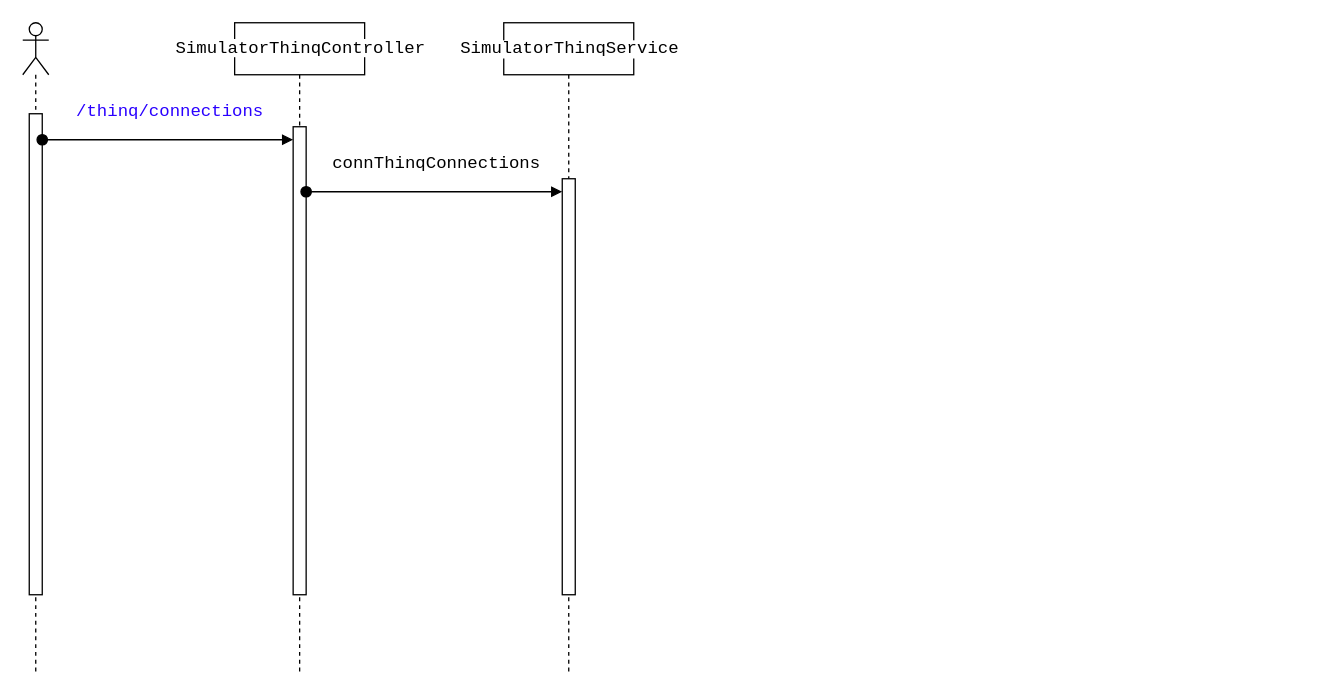
Before: 제목 없는 다이어그램.drawio in kangilc/codege, a draw.io diagram. Source tidied: cells renumbered, new cells numbered last; positions are measured from the earlier drawing's top-left corner, leaving out a move shared by most shapes. Both pictures are drawn from the tidied source at 130%, with x=0, y=0 at pixel (22, 22).
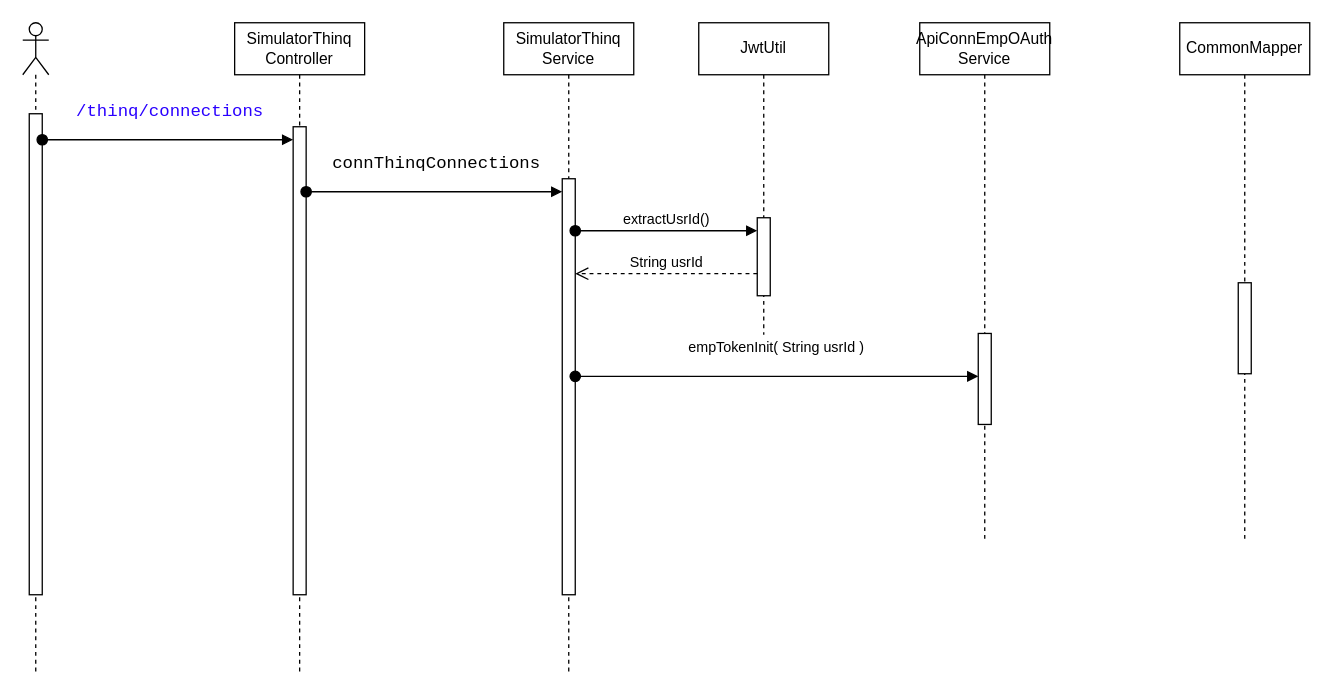
After the change.

Commit message:
제목 없는 다이어그램.drawio 업데이트

Unchanged cells that the change refers to:
```xml
<mxCell id="8" style="html=1;points=[[0,0,0,0,5],[0,1,0,0,-5],[1,0,0,0,5],[1,1,0,0,-5]];perimeter=orthogonalPerimeter;outlineConnect=0;targetShapes=umlLifeline;portConstraint=eastwest;newEdgeStyle={&quot;curved&quot;:0,&quot;rounded&quot;:0};" parent="7" vertex="1">
  <mxGeometry x="45" y="120" width="10" height="320" as="geometry" />
</mxCell>
```

The edit, as a diff of the source:
```diff
@@
-    <mxCell id="2" value="&lt;span style=&quot;background-color:#ffffff;padding:0px 0px 0px 2px;&quot;&gt;&lt;span style=&quot;font-family: Consolas; font-size: 10pt; white-space: pre;&quot;&gt;SimulatorThinqController&lt;/span&gt;&lt;/span&gt;" style="shape=umlLifeline;perimeter=lifelinePerimeter;whiteSpace=wrap;html=1;newEdgeStyle={&quot;curved&quot;:0,&quot;rounded&quot;:0};" parent="1" vertex="1">
+    <mxCell id="2" value="SimulatorThinq&#10;Controller" style="shape=umlLifeline;perimeter=lifelinePerimeter;whiteSpace=wrap;newEdgeStyle={&quot;curved&quot;:0,&quot;rounded&quot;:0};" parent="1" vertex="1">
       <mxGeometry x="163" width="100" height="500" as="geometry" />
     </mxCell>
@@
-    <mxCell id="7" value="&lt;pre&gt;&lt;span style=&quot;background-color:#ffffff;padding:0px 0px 0px 2px;&quot;&gt;&lt;span style=&quot;font-family: Consolas; font-size: 10pt; white-space: pre;&quot;&gt;SimulatorThinqService&lt;/span&gt;&lt;/span&gt;&lt;/pre&gt;" style="shape=umlLifeline;perimeter=lifelinePerimeter;whiteSpace=wrap;html=1;newEdgeStyle={&quot;curved&quot;:0,&quot;rounded&quot;:0};" parent="1" vertex="1">
+    <mxCell id="7" value="SimulatorThinq&#10;Service" style="shape=umlLifeline;perimeter=lifelinePerimeter;whiteSpace=wrap;newEdgeStyle={&quot;curved&quot;:0,&quot;rounded&quot;:0};" parent="1" vertex="1">
       <mxGeometry x="370" width="100" height="500" as="geometry" />
     </mxCell>
@@
-    <mxCell id="9" value="&lt;pre&gt;&lt;span style=&quot;padding: 0px 0px 0px 2px;&quot;&gt;&lt;span style=&quot;font-family: Consolas; font-size: 10pt; white-space-collapse: preserve;&quot;&gt;connThinqConnections&lt;/span&gt;&lt;/span&gt;&lt;/pre&gt;" style="html=1;verticalAlign=bottom;startArrow=oval;startFill=1;endArrow=block;startSize=8;curved=0;rounded=0;" parent="1" edge="1">
+    <mxCell id="9" value="&lt;pre&gt;&lt;span style=&quot;padding: 0px 0px 0px 2px;&quot;&gt;&lt;span style=&quot;font-family: Consolas; font-size: 10pt; white-space-collapse: preserve;&quot;&gt;connThinqConnections&lt;/span&gt;&lt;/span&gt;&lt;/pre&gt;" style="html=1;verticalAlign=bottom;startArrow=oval;startFill=1;endArrow=block;startSize=8;curved=0;rounded=0;" parent="1" edge="1" target="8">
       <mxGeometry relative="1" as="geometry">
         <mxPoint x="218" y="130" as="sourcePoint" />
-        <mxPoint x="415" y="130" as="targetPoint" />
       </mxGeometry>
     </mxCell>
+    <mxCell id="10" value="ApiConnEmpOAuth&#10;Service" style="shape=umlLifeline;perimeter=lifelinePerimeter;whiteSpace=wrap;newEdgeStyle={&quot;curved&quot;:0,&quot;rounded&quot;:0};" parent="1" vertex="1">
+      <mxGeometry x="690" width="100" height="400" as="geometry" />
+    </mxCell>
+    <mxCell id="11" style="html=1;perimeter=orthogonalPerimeter;targetShapes=umlLifeline;newEdgeStyle={&quot;curved&quot;:0,&quot;rounded&quot;:0};" parent="10" vertex="1">
+      <mxGeometry x="45" y="239" width="10" height="70" as="geometry" />
+    </mxCell>
+    <mxCell id="12" value="empTokenInit( String usrId )&#10;" style="verticalAlign=bottom;startArrow=oval;startFill=1;endArrow=block;startSize=8;curved=0;rounded=0;" parent="1" edge="1">
+      <mxGeometry relative="1" as="geometry">
+        <mxPoint x="425" y="272" as="sourcePoint" />
+        <mxPoint x="735" y="272" as="targetPoint" />
+      </mxGeometry>
+    </mxCell>
+    <mxCell id="13" value="CommonMapper" style="shape=umlLifeline;perimeter=lifelinePerimeter;whiteSpace=wrap;newEdgeStyle={&quot;curved&quot;:0,&quot;rounded&quot;:0};" parent="1" vertex="1">
+      <mxGeometry x="890" width="100" height="400" as="geometry" />
+    </mxCell>
+    <mxCell id="14" style="html=1;perimeter=orthogonalPerimeter;targetShapes=umlLifeline;newEdgeStyle={&quot;curved&quot;:0,&quot;rounded&quot;:0};" parent="13" vertex="1">
+      <mxGeometry x="45" y="200" width="10" height="70" as="geometry" />
+    </mxCell>
+    <mxCell id="15" value="JwtUtil" style="shape=umlLifeline;perimeter=lifelinePerimeter;whiteSpace=wrap;newEdgeStyle={&quot;curved&quot;:0,&quot;rounded&quot;:0};" parent="1" vertex="1">
+      <mxGeometry x="520" width="100" height="240" as="geometry" />
+    </mxCell>
+    <mxCell id="16" style="html=1;points=[[0,0,0,0,5],[0,1,0,0,-5],[1,0,0,0,5],[1,1,0,0,-5]];perimeter=orthogonalPerimeter;outlineConnect=0;targetShapes=umlLifeline;portConstraint=eastwest;newEdgeStyle={&quot;curved&quot;:0,&quot;rounded&quot;:0};" parent="15" vertex="1">
+      <mxGeometry x="45" y="150" width="10" height="60" as="geometry" />
+    </mxCell>
+    <mxCell id="17" value="extractUsrId()" style="html=1;verticalAlign=bottom;startArrow=oval;startFill=1;endArrow=block;startSize=8;curved=0;rounded=0;" parent="1" edge="1" source="8" target="16">
+      <mxGeometry relative="1" as="geometry">
+        <Array as="points">
+          <mxPoint x="500" y="160" />
+        </Array>
+      </mxGeometry>
+    </mxCell>
+    <mxCell id="18" value="String usrId" style="html=1;verticalAlign=bottom;endArrow=open;dashed=1;endSize=8;curved=0;rounded=0;" parent="1" edge="1">
+      <mxGeometry relative="1" as="geometry">
+        <mxPoint x="565" y="193" as="sourcePoint" />
+        <mxPoint x="425" y="193" as="targetPoint" />
+      </mxGeometry>
+    </mxCell>
```
